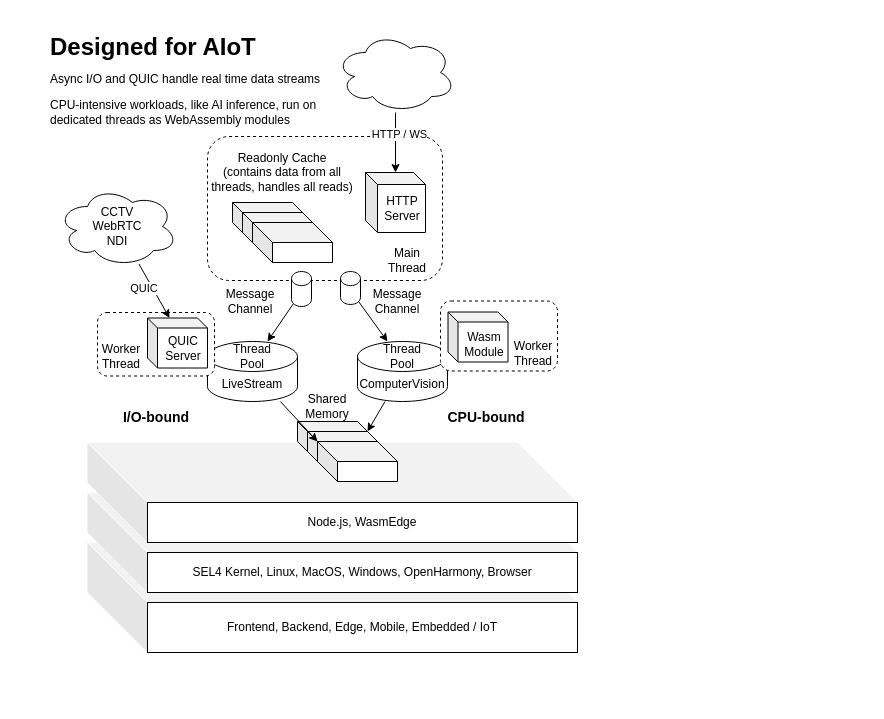
This is page "aiot" (5 of 9) of public/arch.drawio from module-federation/aegis-host, a draw.io file, before an edit. Source tidied: cells renumbered, new cells numbered last; positions are measured from the earlier drawing's top-left corner, leaving out a move shared by most shapes. Both pictures are drawn from the tidied source at 100%, with x=0, y=0 at pixel (17, 27).
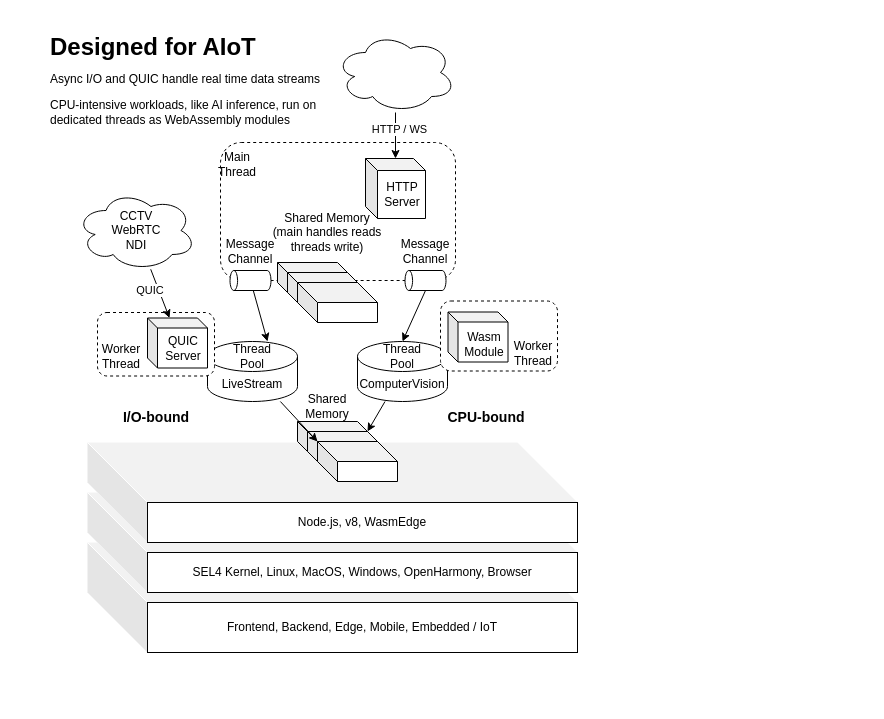
After the change.

Unchanged cells that the change refers to:
```xml
<mxCell id="2" style="group;" parent="1" vertex="1">
  <mxGeometry y="5" width="850" height="670" as="geometry" />
</mxCell>
<mxCell id="10" value="Thread Pool" style="text;html=1;strokeColor=none;fillColor=none;align=center;verticalAlign=middle;whiteSpace=wrap;rounded=0;" parent="2" vertex="1">
  <mxGeometry x="205" y="309" width="60" height="30" as="geometry" />
</mxCell>
<mxCell id="11" value="Thread Pool" style="text;html=1;strokeColor=none;fillColor=none;align=center;verticalAlign=middle;whiteSpace=wrap;rounded=0;" parent="2" vertex="1">
  <mxGeometry x="355" y="309" width="60" height="30" as="geometry" />
</mxCell>
```

Diff of the diagram source:
```diff
@@
+    <mxCell id="26" value="&lt;p&gt;&lt;span style=&quot;font-size: 12px ; font-weight: normal&quot;&gt;Async I/O and QUIC handle real time data streams&lt;/span&gt;&lt;/p&gt;&lt;p&gt;&lt;span&gt;CPU-intensive workloads, like AI inference, run on dedicated threads as WebAssembly modules&lt;/span&gt;&lt;/p&gt;" style="text;html=1;strokeColor=none;fillColor=none;spacing=5;spacingTop=-20;whiteSpace=wrap;overflow=hidden;rounded=0;" parent="2" vertex="1">
+      <mxGeometry x="28" y="38" width="322" height="120" as="geometry" />
+    </mxCell>
@@
     <mxCell id="6" style="rounded=1;whiteSpace=wrap;html=1;dashed=1;" parent="2" vertex="1">
-      <mxGeometry x="190" y="104" width="235" height="144" as="geometry" />
+      <mxGeometry x="203" y="110" width="235" height="138" as="geometry" />
     </mxCell>
@@
-    <mxCell id="12" style="edgeStyle=none;html=1;exitX=0.855;exitY=1;exitDx=0;exitDy=-4.35;exitPerimeter=0;entryX=0.25;entryY=0;entryDx=0;entryDy=0;startArrow=none;" parent="2" edge="1" source="18" target="11">
+    <mxCell id="12" style="edgeStyle=none;html=1;entryX=0.5;entryY=0;entryDx=0;entryDy=0;startArrow=none;exitX=0;exitY=0.5;exitDx=0;exitDy=0;exitPerimeter=0;" parent="2" edge="1" source="18" target="11">
       <mxGeometry relative="1" as="geometry" />
     </mxCell>
-    <mxCell id="13" style="edgeStyle=none;html=1;exitX=0.145;exitY=1;exitDx=0;exitDy=-4.35;exitPerimeter=0;entryX=0.75;entryY=0;entryDx=0;entryDy=0;startArrow=none;" parent="2" edge="1" source="17" target="10">
+    <mxCell id="13" style="edgeStyle=none;html=1;entryX=0.75;entryY=0;entryDx=0;entryDy=0;startArrow=none;" parent="2" edge="1" source="17" target="10">
       <mxGeometry relative="1" as="geometry" />
     </mxCell>
     <mxCell id="14" value="Main Thread" style="text;html=1;strokeColor=none;fillColor=none;align=center;verticalAlign=middle;whiteSpace=wrap;rounded=0;" parent="2" vertex="1">
-      <mxGeometry x="360" y="213" width="60" height="30" as="geometry" />
+      <mxGeometry x="190" y="117" width="60" height="30" as="geometry" />
     </mxCell>
@@
-    <mxCell id="17" style="shape=cylinder3;whiteSpace=wrap;html=1;boundedLbl=1;backgroundOutline=1;size=7.050673680997775;rotation=0;" parent="2" vertex="1">
-      <mxGeometry x="274" y="239" width="20" height="35" as="geometry" />
+    <mxCell id="17" style="shape=cylinder3;whiteSpace=wrap;html=1;boundedLbl=1;backgroundOutline=1;size=3.7993349821671814;rotation=-90;" parent="2" vertex="1">
+      <mxGeometry x="223" y="227.5" width="20" height="41" as="geometry" />
     </mxCell>
-    <mxCell id="18" style="shape=cylinder3;whiteSpace=wrap;html=1;boundedLbl=1;backgroundOutline=1;size=7.050673680997775;rotation=0;" parent="2" vertex="1">
-      <mxGeometry x="323" y="239" width="20" height="33" as="geometry" />
+    <mxCell id="18" style="shape=cylinder3;whiteSpace=wrap;html=1;boundedLbl=1;backgroundOutline=1;size=3.7993349821671814;rotation=-90;" parent="2" vertex="1">
+      <mxGeometry x="398" y="227.5" width="20" height="41" as="geometry" />
     </mxCell>
     <mxCell id="19" value="Message&lt;br&gt;Channel" style="text;html=1;strokeColor=none;fillColor=none;align=center;verticalAlign=middle;whiteSpace=wrap;rounded=0;" parent="2" vertex="1">
-      <mxGeometry x="350" y="254" width="60" height="30" as="geometry" />
+      <mxGeometry x="378" y="204" width="60" height="30" as="geometry" />
     </mxCell>
     <mxCell id="20" value="Message&lt;br&gt;Channel" style="text;html=1;strokeColor=none;fillColor=none;align=center;verticalAlign=middle;whiteSpace=wrap;rounded=0;" parent="2" vertex="1">
-      <mxGeometry x="203" y="254" width="60" height="30" as="geometry" />
+      <mxGeometry x="203" y="204" width="60" height="30" as="geometry" />
     </mxCell>
     <mxCell id="21" style="shape=cube;whiteSpace=wrap;html=1;boundedLbl=1;backgroundOutline=1;darkOpacity=0.05;darkOpacity2=0.1;size=12;" parent="2" vertex="1">
-      <mxGeometry x="348" y="140" width="60" height="60" as="geometry" />
+      <mxGeometry x="348" y="126" width="60" height="60" as="geometry" />
     </mxCell>
     <mxCell id="22" value="HTTP&lt;br&gt;Server" style="text;html=1;strokeColor=none;fillColor=none;align=center;verticalAlign=middle;whiteSpace=wrap;rounded=0;" parent="2" vertex="1">
-      <mxGeometry x="355" y="161" width="60" height="30" as="geometry" />
+      <mxGeometry x="355" y="147" width="60" height="30" as="geometry" />
     </mxCell>
@@
-    <mxCell id="26" value="&lt;p&gt;&lt;span style=&quot;font-size: 12px ; font-weight: normal&quot;&gt;Async I/O and QUIC handle real time data streams&lt;/span&gt;&lt;/p&gt;&lt;p&gt;&lt;span&gt;CPU-intensive workloads, like AI inference, run on dedicated threads as WebAssembly modules&lt;/span&gt;&lt;/p&gt;" style="text;html=1;strokeColor=none;fillColor=none;spacing=5;spacingTop=-20;whiteSpace=wrap;overflow=hidden;rounded=0;" parent="2" vertex="1">
-      <mxGeometry x="28" y="38" width="322" height="120" as="geometry" />
-    </mxCell>
     <mxCell id="27" value="CCTV&lt;br&gt;WebRTC&lt;br&gt;NDI" style="ellipse;shape=cloud;whiteSpace=wrap;html=1;" parent="2" vertex="1">
-      <mxGeometry x="40" y="154" width="120" height="80" as="geometry" />
+      <mxGeometry x="58.5" y="158" width="120" height="80" as="geometry" />
     </mxCell>
@@
-    <mxCell id="33" style="group;" parent="2" vertex="1">
-      <mxGeometry x="215" y="170" width="100" height="60" as="geometry" />
-    </mxCell>
-    <mxCell id="34" style="shape=cube;whiteSpace=wrap;html=1;boundedLbl=1;backgroundOutline=1;darkOpacity=0.05;darkOpacity2=0.1;" parent="33" vertex="1">
-      <mxGeometry width="80" height="40" as="geometry" />
-    </mxCell>
-    <mxCell id="35" style="shape=cube;whiteSpace=wrap;html=1;boundedLbl=1;backgroundOutline=1;darkOpacity=0.05;darkOpacity2=0.1;" parent="33" vertex="1">
-      <mxGeometry x="10" y="10" width="80" height="40" as="geometry" />
-    </mxCell>
-    <mxCell id="36" style="shape=cube;whiteSpace=wrap;html=1;boundedLbl=1;backgroundOutline=1;darkOpacity=0.05;darkOpacity2=0.1;" parent="33" vertex="1">
-      <mxGeometry x="20" y="20" width="80" height="40" as="geometry" />
-    </mxCell>
@@
-    <mxCell id="38" value="Readonly Cache&lt;br&gt;(contains data from all threads, handles all reads)" style="text;html=1;strokeColor=none;fillColor=none;align=center;verticalAlign=middle;whiteSpace=wrap;rounded=0;" parent="2" vertex="1">
-      <mxGeometry x="187" y="126" width="156" height="28" as="geometry" />
+    <mxCell id="38" value="Shared Memory&lt;br&gt;(main handles reads&lt;br&gt;threads write)" style="text;html=1;strokeColor=none;fillColor=none;align=center;verticalAlign=middle;whiteSpace=wrap;rounded=0;" parent="2" vertex="1">
+      <mxGeometry x="232" y="186" width="156" height="28" as="geometry" />
     </mxCell>
@@
-    <mxCell id="50" value="Node.js, WasmEdge" style="whiteSpace=wrap;html=1;" parent="2" vertex="1">
+    <mxCell id="50" value="Node.js, v8, WasmEdge" style="whiteSpace=wrap;html=1;" parent="2" vertex="1">
       <mxGeometry x="130" y="470" width="430" height="40" as="geometry" />
     </mxCell>
@@
+    <mxCell id="54" style="group;glass=0;" parent="1" vertex="1">
+      <mxGeometry x="260" y="235" width="100" height="60" as="geometry" />
+    </mxCell>
+    <mxCell id="34" style="shape=cube;whiteSpace=wrap;html=1;boundedLbl=1;backgroundOutline=1;darkOpacity=0.05;darkOpacity2=0.1;" parent="54" vertex="1">
+      <mxGeometry width="80" height="40" as="geometry" />
+    </mxCell>
+    <mxCell id="35" style="shape=cube;whiteSpace=wrap;html=1;boundedLbl=1;backgroundOutline=1;darkOpacity=0.05;darkOpacity2=0.1;" parent="54" vertex="1">
+      <mxGeometry x="10" y="10" width="80" height="40" as="geometry" />
+    </mxCell>
+    <mxCell id="55" style="shape=cube;whiteSpace=wrap;html=1;boundedLbl=1;backgroundOutline=1;darkOpacity=0.05;darkOpacity2=0.1;shadow=0;" parent="54" vertex="1">
+      <mxGeometry x="20" y="20" width="80" height="40" as="geometry" />
+    </mxCell>
```
